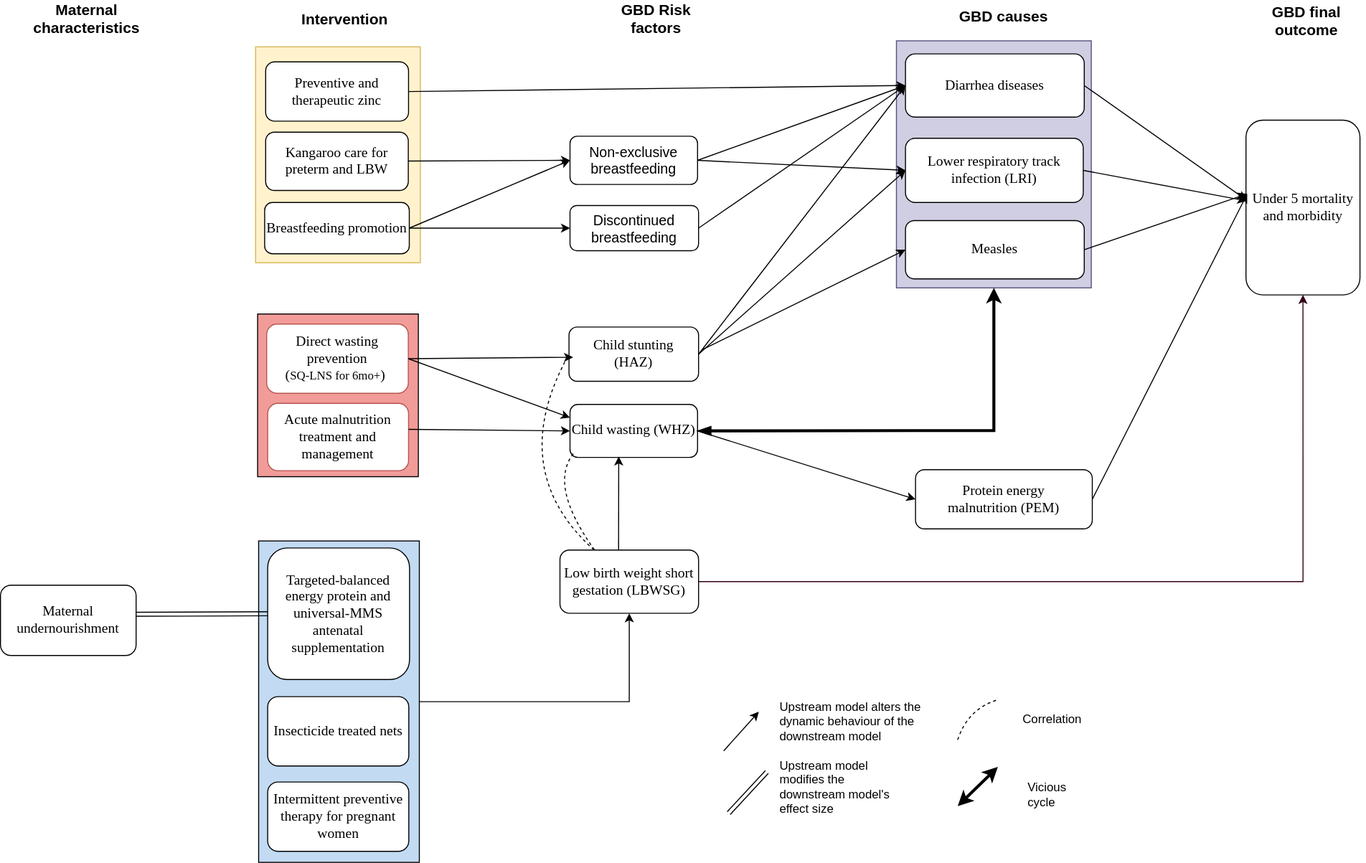
This is docs/source/concept_models/vivarium_ciff_sam/am_concept_model_diagram.svg from ihmeuw/vivarium_research, a draw.io export, as it was before one commit. Source tidied: cells renumbered, new cells last; positions are measured from the earlier drawing's top-left corner, leaving out a move shared by most shapes.
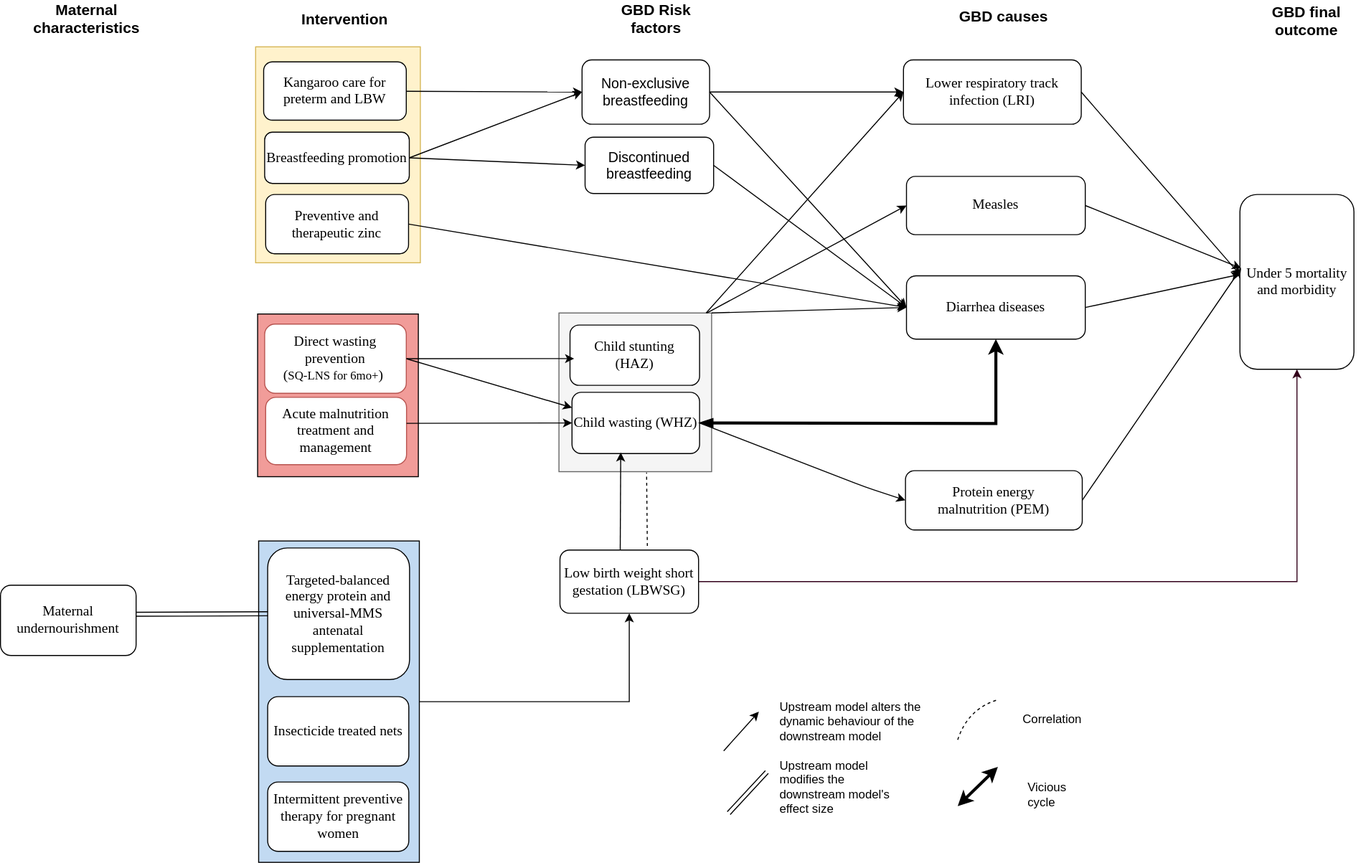
The same file after the commit.

Commit message:
updated concept model diagram vicious cycle arrow to just go between wasting and diarrhea

The edit, as a diff of the source:
```diff
@@ -2,9 +2,9 @@
   <root>
     <mxCell id="0" />
     <mxCell id="1" parent="0" />
-    <mxCell id="2" style="rounded=0;whiteSpace=wrap;html=1;strokeColor=#56517e;fillColor=#d0cee2;" parent="1" vertex="1">
-      <mxGeometry x="892" y="35" width="194" height="246" as="geometry" />
-    </mxCell>
+    <mxCell id="63" style="rounded=0;whiteSpace=wrap;html=1;fillColor=#f5f5f5;strokeColor=#666666;fontColor=#333333;" parent="1" vertex="1">
+      <mxGeometry x="556" y="306" width="152" height="158" as="geometry" />
+    </mxCell>
     <mxCell id="3" style="rounded=0;whiteSpace=wrap;html=1;strokeColor=#d6b656;fillColor=#fff2cc;" parent="1" vertex="1">
       <mxGeometry x="254" y="41" width="164" height="215" as="geometry" />
     </mxCell>
@@ -18,7 +18,7 @@
       <mxGeometry x="257" y="533" width="160" height="320" as="geometry" />
     </mxCell>
     <mxCell id="7" value="&lt;font style=&quot;font-size: 14px&quot;&gt;Child wasting (WHZ)&lt;/font&gt;" style="rounded=1;whiteSpace=wrap;html=1;shadow=0;labelBackgroundColor=none;strokeWidth=1;fontFamily=Verdana;fontSize=8;align=center;fillColor=#FFFFFF;strokeColor=#000000;" parent="1" vertex="1">
-      <mxGeometry x="567" y="397" width="127" height="52.8" as="geometry" />
+      <mxGeometry x="569" y="385" width="127" height="61" as="geometry" />
     </mxCell>
     <mxCell id="8" style="edgeStyle=orthogonalEdgeStyle;rounded=0;jettySize=auto;html=1;strokeColor=#33001A;entryX=0.5;entryY=1;entryDx=0;entryDy=0;" parent="1" edge="1" source="9" target="14">
       <mxGeometry relative="1" as="geometry" />
@@ -27,19 +27,16 @@
       <mxGeometry x="557" y="542" width="138" height="63" as="geometry" />
     </mxCell>
     <mxCell id="10" value="&lt;font face=&quot;Verdana&quot;&gt;&lt;span style=&quot;font-size: 14px&quot;&gt;Protein energy malnutrition&amp;nbsp;(PEM)&lt;/span&gt;&lt;/font&gt;" style="rounded=1;whiteSpace=wrap;html=1;" parent="1" vertex="1">
-      <mxGeometry x="911" y="462" width="176" height="59" as="geometry" />
+      <mxGeometry x="901" y="463" width="176" height="59" as="geometry" />
     </mxCell>
     <mxCell id="11" value="&lt;font style=&quot;font-size: 14px&quot; face=&quot;Verdana&quot;&gt;Measles&lt;/font&gt;" style="rounded=1;whiteSpace=wrap;html=1;" parent="1" vertex="1">
-      <mxGeometry x="901" y="214" width="178" height="58" as="geometry" />
+      <mxGeometry x="902" y="170" width="178" height="58" as="geometry" />
     </mxCell>
-    <mxCell id="12" value="&lt;font style=&quot;font-size: 14px&quot; face=&quot;Verdana&quot;&gt;Diarrhea diseases&lt;/font&gt;" style="rounded=1;whiteSpace=wrap;html=1;" parent="1" vertex="1">
-      <mxGeometry x="901" y="48" width="178" height="63" as="geometry" />
-    </mxCell>
     <mxCell id="13" value="&lt;font style=&quot;font-size: 14px&quot; face=&quot;Verdana&quot;&gt;Lower respiratory track infection (LRI)&lt;/font&gt;" style="rounded=1;whiteSpace=wrap;html=1;" parent="1" vertex="1">
-      <mxGeometry x="901" y="132" width="177" height="64" as="geometry" />
+      <mxGeometry x="899" y="54" width="177" height="64" as="geometry" />
     </mxCell>
     <mxCell id="14" value="&lt;font face=&quot;Verdana&quot; style=&quot;font-size: 14px&quot;&gt;Under 5 mortality and morbidity&lt;/font&gt;" style="rounded=1;whiteSpace=wrap;html=1;" parent="1" vertex="1">
-      <mxGeometry x="1240" y="114" width="113.5" height="174" as="geometry" />
+      <mxGeometry x="1234" y="188" width="113.5" height="174" as="geometry" />
     </mxCell>
     <mxCell id="15" value="Intervention" style="text;html=1;strokeColor=none;fillColor=none;align=center;verticalAlign=middle;whiteSpace=wrap;rounded=0;strokeWidth=4;fontSize=15;fontStyle=1;" parent="1" vertex="1">
       <mxGeometry x="323" y="3" width="40" height="20" as="geometry" />
@@ -75,28 +72,19 @@
       <mxGeometry x="266" y="540" width="141.2" height="131" as="geometry" />
     </mxCell>
     <mxCell id="23" value="&lt;font style=&quot;font-size: 14px&quot;&gt;Child stunting&lt;br&gt;(HAZ)&lt;/font&gt;" style="rounded=1;whiteSpace=wrap;html=1;shadow=0;labelBackgroundColor=none;strokeWidth=1;fontFamily=Verdana;fontSize=8;align=center;fillColor=#FFFFFF;strokeColor=#000000;" parent="1" vertex="1">
-      <mxGeometry x="566" y="320" width="129" height="54" as="geometry" />
+      <mxGeometry x="567" y="318" width="129" height="60" as="geometry" />
     </mxCell>
-    <mxCell id="24" style="endArrow=none;dashed=1;html=1;curved=1;exitX=0.25;exitY=0;exitDx=0;exitDy=0;" parent="1" edge="1" source="9">
-      <mxGeometry relative="1" as="geometry">
-        <mxPoint x="572" y="444" as="targetPoint" />
-        <Array as="points">
-          <mxPoint x="544" y="476" />
-        </Array>
-      </mxGeometry>
-    </mxCell>
-    <mxCell id="25" style="endArrow=none;dashed=1;html=1;entryX=0;entryY=0.5;entryDx=0;entryDy=0;curved=1;" parent="1" edge="1" source="9" target="23">
-      <mxGeometry relative="1" as="geometry">
-        <Array as="points">
-          <mxPoint x="502" y="462" />
-        </Array>
-      </mxGeometry>
-    </mxCell>
-    <mxCell id="26" style="endArrow=classic;html=1;entryX=0.382;entryY=0.981;entryDx=0;entryDy=0;entryPerimeter=0;fillColor=#ffe6cc;strokeColor=#000000;exitX=0.423;exitY=-0.002;exitDx=0;exitDy=0;exitPerimeter=0;" parent="1" edge="1" source="9" target="7">
-      <mxGeometry relative="1" as="geometry" />
+    <mxCell id="26" style="endArrow=classic;html=1;entryX=0.382;entryY=0.981;entryDx=0;entryDy=0;entryPerimeter=0;fillColor=#ffe6cc;strokeColor=#000000;" parent="1" edge="1" target="7">
+      <mxGeometry relative="1" as="geometry">
+        <mxPoint x="617" y="542" as="sourcePoint" />
+      </mxGeometry>
     </mxCell>
     <mxCell id="27" style="endArrow=classic;html=1;exitX=1;exitY=0.5;exitDx=0;exitDy=0;entryX=0;entryY=0.5;entryDx=0;entryDy=0;" parent="1" edge="1" source="7" target="10">
-      <mxGeometry relative="1" as="geometry" />
+      <mxGeometry relative="1" as="geometry">
+        <Array as="points">
+          <mxPoint x="860" y="479" />
+        </Array>
+      </mxGeometry>
     </mxCell>
     <mxCell id="28" style="endArrow=classic;html=1;entryX=0.004;entryY=0.462;entryDx=0;entryDy=0;exitX=1;exitY=0.5;exitDx=0;exitDy=0;entryPerimeter=0;" parent="1" edge="1" source="13" target="14">
       <mxGeometry relative="1" as="geometry" />
@@ -114,7 +102,7 @@
       <mxGeometry x="1020.5" y="775.5" width="40" height="20" as="geometry" />
     </mxCell>
     <mxCell id="33" value="&lt;span style=&quot;font-size: 14px&quot;&gt;Acute malnutrition treatment and management&lt;/span&gt;" style="rounded=1;whiteSpace=wrap;html=1;shadow=0;labelBackgroundColor=none;strokeWidth=1;fontFamily=Verdana;fontSize=8;align=center;fillColor=#FFFFFF;strokeColor=#b85450;" parent="1" vertex="1">
-      <mxGeometry x="266" y="396" width="140.2" height="67" as="geometry" />
+      <mxGeometry x="264" y="390" width="140.2" height="67" as="geometry" />
     </mxCell>
     <mxCell id="34" style="endArrow=classic;html=1;exitX=1;exitY=0.386;exitDx=0;exitDy=0;exitPerimeter=0;entryX=0;entryY=0.5;entryDx=0;entryDy=0;" parent="1" edge="1" source="33" target="7">
       <mxGeometry relative="1" as="geometry" />
@@ -141,10 +129,10 @@
       <mxGeometry relative="1" as="geometry" />
     </mxCell>
     <mxCell id="41" value="&lt;font style=&quot;font-size: 14px&quot;&gt;Non-exclusive breastfeeding&lt;/font&gt;" style="rounded=1;whiteSpace=wrap;html=1;" parent="1" vertex="1">
-      <mxGeometry x="567" y="130" width="127" height="48" as="geometry" />
+      <mxGeometry x="579" y="54" width="127" height="64" as="geometry" />
     </mxCell>
     <mxCell id="42" value="&lt;font style=&quot;font-size: 14px&quot;&gt;Discontinued breastfeeding&lt;/font&gt;" style="rounded=1;whiteSpace=wrap;html=1;" parent="1" vertex="1">
-      <mxGeometry x="567" y="199" width="128" height="45" as="geometry" />
+      <mxGeometry x="582" y="131" width="128" height="56" as="geometry" />
     </mxCell>
     <mxCell id="43" value="&lt;font style=&quot;font-size: 14px&quot;&gt;Insecticide treated nets&lt;/font&gt;" style="rounded=1;whiteSpace=wrap;html=1;shadow=0;labelBackgroundColor=none;strokeWidth=1;fontFamily=Verdana;fontSize=8;align=center;" parent="1" vertex="1">
       <mxGeometry x="266" y="688" width="140.5" height="69" as="geometry" />
@@ -153,7 +141,7 @@
       <mxGeometry x="266" y="773" width="140.5" height="69" as="geometry" />
     </mxCell>
     <mxCell id="45" value="&lt;span style=&quot;font-size: 14px&quot;&gt;Direct wasting prevention &lt;br&gt;(&lt;/span&gt;&lt;font style=&quot;font-size: 12px&quot;&gt;SQ-LNS for 6mo+&lt;/font&gt;&lt;span style=&quot;font-size: 14px&quot;&gt;)&amp;nbsp;&lt;/span&gt;" style="rounded=1;whiteSpace=wrap;html=1;shadow=0;labelBackgroundColor=none;strokeWidth=1;fontFamily=Verdana;fontSize=8;align=center;fillColor=#FFFFFF;strokeColor=#b85450;" parent="1" vertex="1">
-      <mxGeometry x="265" y="317" width="141" height="69" as="geometry" />
+      <mxGeometry x="263" y="317" width="141" height="69" as="geometry" />
     </mxCell>
     <mxCell id="46" style="endArrow=classic;html=1;exitX=1;exitY=0.5;exitDx=0;exitDy=0;entryX=0.004;entryY=0.457;entryDx=0;entryDy=0;entryPerimeter=0;" parent="1" edge="1" source="12" target="14">
       <mxGeometry relative="1" as="geometry" />
@@ -168,10 +156,10 @@
       <mxGeometry relative="1" as="geometry" />
     </mxCell>
     <mxCell id="50" value="&lt;span style=&quot;font-size: 14px&quot;&gt;Preventive and therapeutic zinc&lt;/span&gt;" style="rounded=1;whiteSpace=wrap;html=1;shadow=0;labelBackgroundColor=none;strokeWidth=1;fontFamily=Verdana;fontSize=8;align=center;fillColor=#FFFFFF;strokeColor=#000000;" parent="1" vertex="1">
-      <mxGeometry x="264" y="56" width="142.2" height="59" as="geometry" />
+      <mxGeometry x="264" y="188" width="142.2" height="59" as="geometry" />
     </mxCell>
     <mxCell id="51" value="&lt;span style=&quot;font-size: 14px&quot;&gt;Breastfeeding promotion&lt;/span&gt;" style="rounded=1;whiteSpace=wrap;html=1;shadow=0;labelBackgroundColor=none;strokeWidth=1;fontFamily=Verdana;fontSize=8;align=center;fillColor=#FFFFFF;strokeColor=#000000;" parent="1" vertex="1">
-      <mxGeometry x="263" y="196" width="144" height="51" as="geometry" />
+      <mxGeometry x="263" y="126" width="144" height="51" as="geometry" />
     </mxCell>
     <mxCell id="52" style="endArrow=classic;html=1;exitX=1;exitY=0.5;exitDx=0;exitDy=0;entryX=0;entryY=0.5;entryDx=0;entryDy=0;" parent="1" edge="1" source="41" target="13">
       <mxGeometry relative="1" as="geometry" />
@@ -185,20 +173,13 @@
     <mxCell id="55" style="endArrow=classic;html=1;exitX=1;exitY=0.5;exitDx=0;exitDy=0;entryX=0;entryY=0.5;entryDx=0;entryDy=0;" parent="1" edge="1" source="50" target="12">
       <mxGeometry relative="1" as="geometry" />
     </mxCell>
-    <mxCell id="56" style="endArrow=classic;startArrow=blockThin;html=1;strokeWidth=3;startFill=1;jumpSize=8;targetPerimeterSpacing=0;sourcePerimeterSpacing=0;exitX=1;exitY=0.5;exitDx=0;exitDy=0;rounded=0;strokeColor=#000000;shadow=0;fillColor=#647687;entryX=0.5;entryY=1;entryDx=0;entryDy=0;" parent="1" edge="1" source="7" target="2">
-      <mxGeometry relative="1" as="geometry">
-        <Array as="points">
-          <mxPoint x="989" y="423" />
-        </Array>
-      </mxGeometry>
-    </mxCell>
-    <mxCell id="57" style="endArrow=classic;html=1;strokeWidth=1;exitX=1;exitY=0.5;exitDx=0;exitDy=0;entryX=0;entryY=0.5;entryDx=0;entryDy=0;" parent="1" edge="1" source="23" target="12">
+    <mxCell id="57" style="endArrow=classic;html=1;strokeWidth=1;entryX=0;entryY=0.5;entryDx=0;entryDy=0;exitX=1;exitY=0;exitDx=0;exitDy=0;" parent="1" edge="1" source="63" target="12">
       <mxGeometry relative="1" as="geometry" />
     </mxCell>
-    <mxCell id="58" style="endArrow=classic;html=1;strokeWidth=1;exitX=1;exitY=0.5;exitDx=0;exitDy=0;entryX=0;entryY=0.5;entryDx=0;entryDy=0;strokeColor=#000000;" parent="1" edge="1" source="23" target="13">
+    <mxCell id="58" style="endArrow=classic;html=1;strokeWidth=1;entryX=0;entryY=0.5;entryDx=0;entryDy=0;strokeColor=#000000;" parent="1" edge="1" source="63" target="13">
       <mxGeometry relative="1" as="geometry" />
     </mxCell>
-    <mxCell id="59" style="endArrow=classic;html=1;strokeWidth=1;exitX=1.032;exitY=0.414;exitDx=0;exitDy=0;exitPerimeter=0;entryX=0;entryY=0.5;entryDx=0;entryDy=0;" parent="1" edge="1" source="23" target="11">
+    <mxCell id="59" style="endArrow=classic;html=1;strokeWidth=1;entryX=0;entryY=0.5;entryDx=0;entryDy=0;exitX=0.968;exitY=0;exitDx=0;exitDy=0;exitPerimeter=0;" parent="1" edge="1" source="63" target="11">
       <mxGeometry relative="1" as="geometry" />
     </mxCell>
     <mxCell id="60" style="endArrow=classic;startArrow=classic;html=1;strokeColor=#000000;strokeWidth=3;" parent="1" edge="1">
@@ -208,10 +189,25 @@
       </mxGeometry>
     </mxCell>
     <mxCell id="61" value="&lt;span style=&quot;font-size: 14px&quot;&gt;Kangaroo care for preterm and LBW&lt;/span&gt;" style="rounded=1;whiteSpace=wrap;html=1;shadow=0;labelBackgroundColor=none;strokeWidth=1;fontFamily=Verdana;fontSize=8;align=center;fillColor=#FFFFFF;strokeColor=#000000;" parent="1" vertex="1">
-      <mxGeometry x="264" y="126" width="142" height="58" as="geometry" />
+      <mxGeometry x="262" y="56" width="142" height="58" as="geometry" />
     </mxCell>
     <mxCell id="62" style="endArrow=classic;html=1;shadow=0;strokeColor=#000000;strokeWidth=1;entryX=0;entryY=0.5;entryDx=0;entryDy=0;" parent="1" edge="1" source="61" target="41">
       <mxGeometry relative="1" as="geometry" />
     </mxCell>
+    <mxCell id="12" value="&lt;font style=&quot;font-size: 14px&quot; face=&quot;Verdana&quot;&gt;Diarrhea diseases&lt;/font&gt;" style="rounded=1;whiteSpace=wrap;html=1;" parent="1" vertex="1">
+      <mxGeometry x="902" y="269" width="178" height="63" as="geometry" />
+    </mxCell>
+    <mxCell id="64" style="endArrow=classic;startArrow=blockThin;html=1;strokeWidth=3;startFill=1;jumpSize=8;targetPerimeterSpacing=0;sourcePerimeterSpacing=0;exitX=1;exitY=0.5;exitDx=0;exitDy=0;rounded=0;strokeColor=#000000;shadow=0;fillColor=#647687;entryX=0.5;entryY=1;entryDx=0;entryDy=0;" parent="1" edge="1" source="7" target="12">
+      <mxGeometry relative="1" as="geometry">
+        <Array as="points">
+          <mxPoint x="991" y="416" />
+        </Array>
+      </mxGeometry>
+    </mxCell>
+    <mxCell id="65" style="endArrow=none;dashed=1;html=1;entryX=0.574;entryY=1.006;entryDx=0;entryDy=0;entryPerimeter=0;" parent="1" edge="1" target="63">
+      <mxGeometry relative="1" as="geometry">
+        <mxPoint x="644" y="538" as="sourcePoint" />
+      </mxGeometry>
+    </mxCell>
   </root>
 </mxGraphModel>
```
